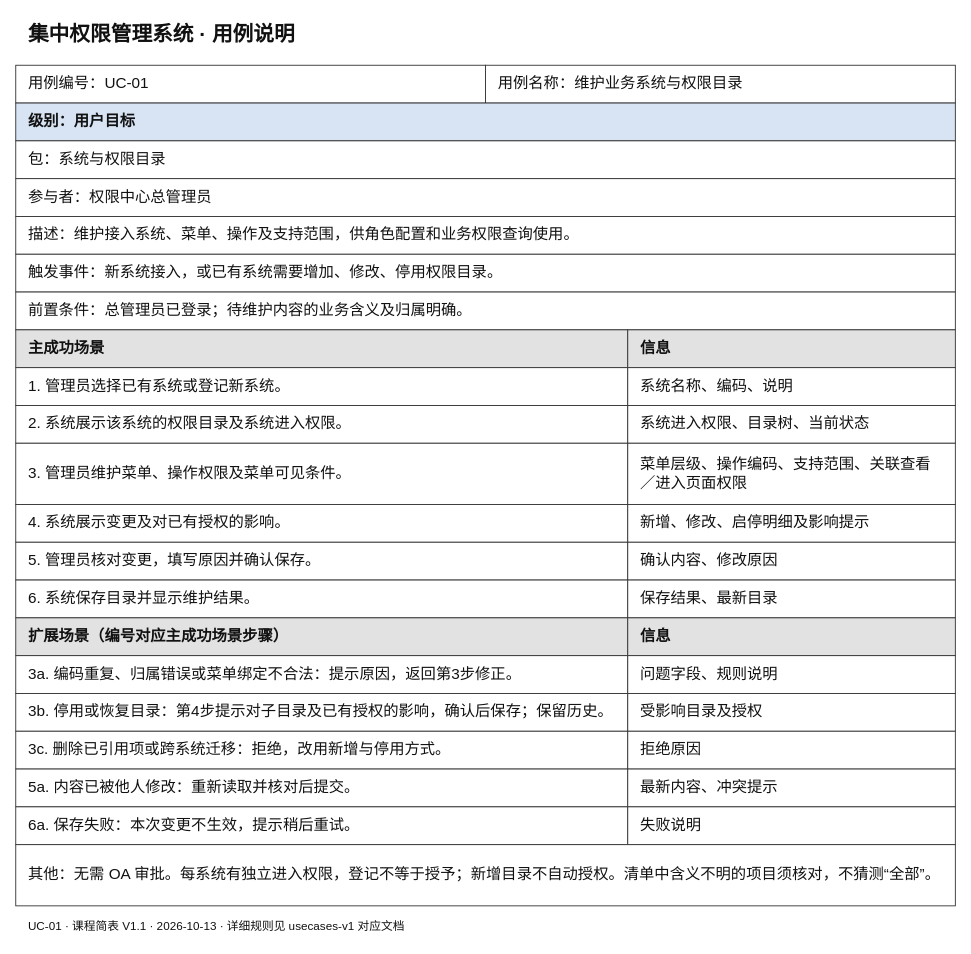
Noah-hope/RBAC-admin keeps this draw.io diagram as docs/按用例分类/UC-01_维护业务系统与权限目录/课程简表.drawio. Above is the earlier version. Source tidied: cells renumbered, new cells numbered last; positions are measured from the earlier drawing's top-left corner, leaving out a move shared by most shapes. Both pictures are drawn from the tidied source at 90%, with x=0, y=0 at pixel (15, 15).
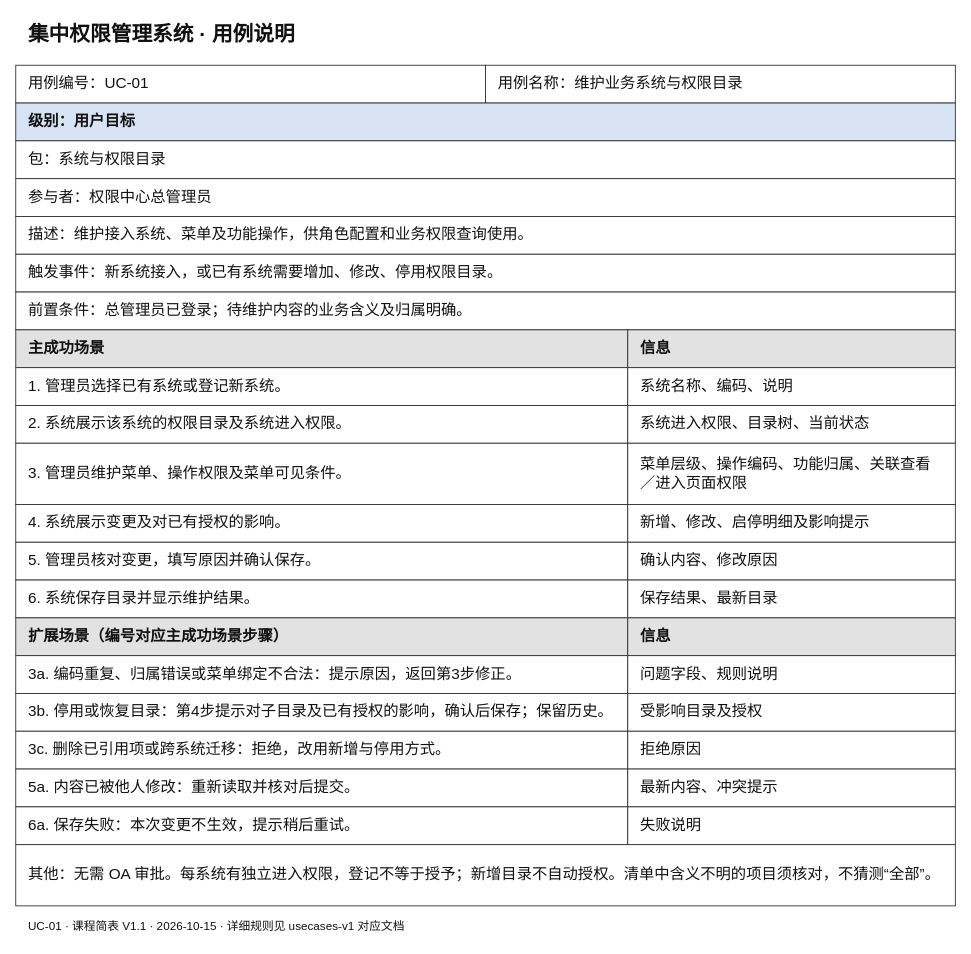
The same diagram, later.

Diff of the diagram source:
```diff
@@
-    <mxCell id="8" value="描述：维护接入系统、菜单、操作及支持范围，供角色配置和业务权限查询使用。" style="rounded=0;whiteSpace=wrap;html=0;fontFamily=Microsoft YaHei;fontSize=17;fontColor=#111111;align=left;verticalAlign=middle;spacingLeft=12;spacingRight=12;spacingTop=8;spacingBottom=8;fillColor=#ffffff;strokeColor=#333333;fontStyle=0;" parent="1" vertex="1">
+    <mxCell id="8" value="描述：维护接入系统、菜单及功能操作，供角色配置和业务权限查询使用。" style="rounded=0;whiteSpace=wrap;html=0;fontFamily=Microsoft YaHei;fontSize=17;fontColor=#111111;align=left;verticalAlign=middle;spacingLeft=12;spacingRight=12;spacingTop=8;spacingBottom=8;fillColor=#ffffff;strokeColor=#333333;fontStyle=0;" parent="1" vertex="1">
       <mxGeometry y="223" width="1044" height="42" as="geometry" />
     </mxCell>
@@
-    <mxCell id="18" value="菜单层级、操作编码、支持范围、关联查看／进入页面权限" style="rounded=0;whiteSpace=wrap;html=0;fontFamily=Microsoft YaHei;fontSize=17;fontColor=#111111;align=left;verticalAlign=middle;spacingLeft=12;spacingRight=12;spacingTop=8;spacingBottom=8;fillColor=#ffffff;strokeColor=#333333;fontStyle=0;" parent="1" vertex="1">
+    <mxCell id="18" value="菜单层级、操作编码、功能归属、关联查看／进入页面权限" style="rounded=0;whiteSpace=wrap;html=0;fontFamily=Microsoft YaHei;fontSize=17;fontColor=#111111;align=left;verticalAlign=middle;spacingLeft=12;spacingRight=12;spacingTop=8;spacingBottom=8;fillColor=#ffffff;strokeColor=#333333;fontStyle=0;" parent="1" vertex="1">
       <mxGeometry x="680" y="475" width="364" height="68" as="geometry" />
     </mxCell>
@@
-    <mxCell id="38" value="UC-01 · 课程简表 V1.1 · 2026-10-13 · 详细规则见 usecases-v1 对应文档" style="rounded=0;whiteSpace=wrap;html=0;fontFamily=Microsoft YaHei;fontSize=13;fontColor=#111111;align=left;verticalAlign=middle;spacingLeft=12;spacingRight=12;spacingTop=8;spacingBottom=8;fillColor=#ffffff;strokeColor=none;fontStyle=0;" parent="1" vertex="1">
+    <mxCell id="38" value="UC-01 · 课程简表 V1.1 · 2026-10-15 · 详细规则见 usecases-v1 对应文档" style="rounded=0;whiteSpace=wrap;html=0;fontFamily=Microsoft YaHei;fontSize=13;fontColor=#111111;align=left;verticalAlign=middle;spacingLeft=12;spacingRight=12;spacingTop=8;spacingBottom=8;fillColor=#ffffff;strokeColor=none;fontStyle=0;" parent="1" vertex="1">
       <mxGeometry y="996" width="1044" height="30" as="geometry" />
     </mxCell>
```
